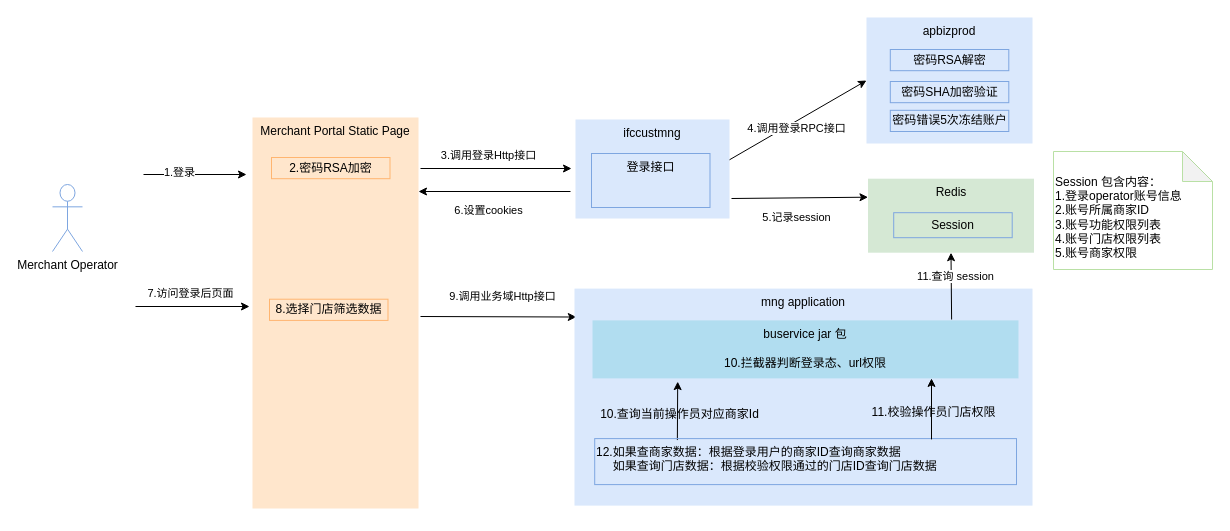
Before: page "安全" (5 of 5) of Merchant portal.drawio in renqiuming/drawio, a draw.io diagram. Source tidied: cells renumbered, new cells numbered last; positions are measured from the earlier drawing's top-left corner, leaving out a move shared by most shapes. Both pictures are drawn from the tidied source at 100%, with x=0, y=0 at pixel (52, 17).
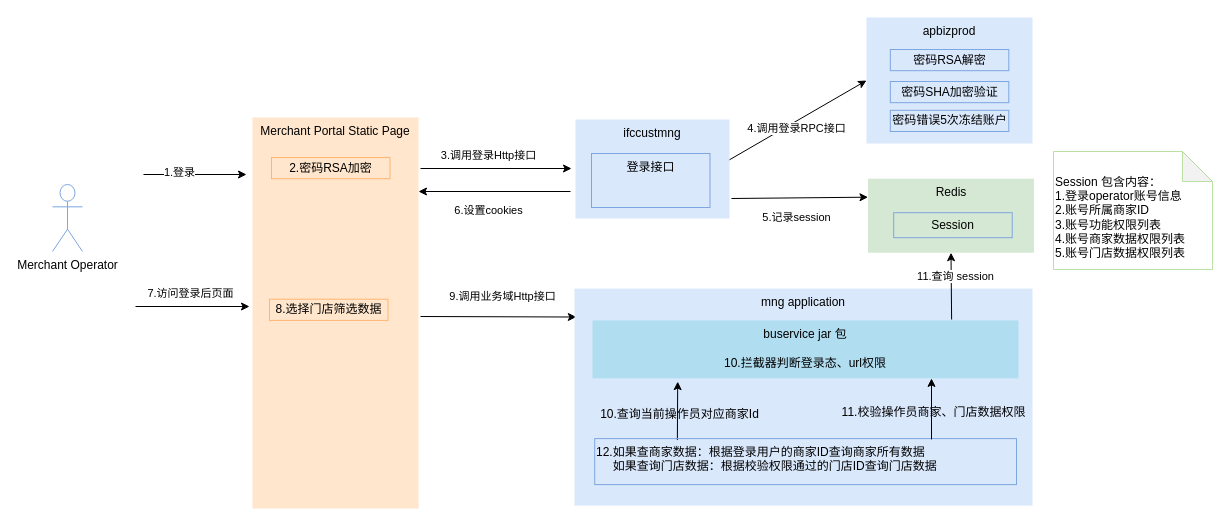
The same page after the edit.

The change refers to these unchanged cells:
```xml
<mxCell id="33" style="edgeStyle=none;rounded=0;orthogonalLoop=1;jettySize=auto;html=1;exitX=0.39;exitY=0.032;exitDx=0;exitDy=0;exitPerimeter=0;entryX=0.171;entryY=1.02;entryDx=0;entryDy=0;entryPerimeter=0;" parent="1" edge="1">
  <mxGeometry relative="1" as="geometry">
    <mxPoint x="879" y="421.9" as="sourcePoint" />
    <mxPoint x="879" y="360.9" as="targetPoint" />
  </mxGeometry>
</mxCell>
```

What changed in the source:
```diff
@@
-    <mxCell id="32" value="12.如果查商家数据：根据登录用户的商家ID查询商家数据&lt;br&gt;&amp;nbsp; &amp;nbsp; &amp;nbsp;如果查询门店数据：根据校验权限通过的门店ID查询门店数据" style="rounded=0;whiteSpace=wrap;html=1;fillColor=none;strokeColor=#7EA6E0;verticalAlign=top;align=left;" parent="1" vertex="1">
+    <mxCell id="32" value="12.如果查商家数据：根据登录用户的商家ID查询商家所有数据&lt;br&gt;&amp;nbsp; &amp;nbsp; &amp;nbsp;如果查询门店数据：根据校验权限通过的门店ID查询门店数据" style="rounded=0;whiteSpace=wrap;html=1;fillColor=none;strokeColor=#7EA6E0;verticalAlign=top;align=left;" parent="1" vertex="1">
       <mxGeometry x="542.2" y="421.1" width="421.8" height="46" as="geometry" />
     </mxCell>
@@
-    <mxCell id="34" value="&lt;span style=&quot;font-size: 12px; text-align: left;&quot;&gt;11.校验操作员门店权限&lt;/span&gt;" style="edgeLabel;html=1;align=center;verticalAlign=middle;labelBackgroundColor=none;" parent="33" vertex="1">
+    <mxCell id="34" value="&lt;span style=&quot;font-size: 12px; text-align: left;&quot;&gt;11.校验操作员商家、门店数据权限&lt;/span&gt;" style="edgeLabel;html=1;align=center;verticalAlign=middle;labelBackgroundColor=none;" parent="33" vertex="1">
       <mxGeometry x="-0.11" y="-2" relative="1" as="geometry">
         <mxPoint x="-1" as="offset" />
       </mxGeometry>
     </mxCell>
@@
-    <mxCell id="37" value="&lt;br&gt;Session 包含内容：&lt;br&gt;1.登录operator账号信息&lt;br&gt;2.账号所属商家ID&lt;br&gt;3.账号功能权限列表&lt;br&gt;4.账号门店权限列表&lt;br&gt;5.账号商家权限" style="shape=note;whiteSpace=wrap;html=1;backgroundOutline=1;darkOpacity=0.05;labelBackgroundColor=none;strokeColor=#B9E0A5;fillColor=none;align=left;" parent="1" vertex="1">
+    <mxCell id="37" value="&lt;br&gt;Session 包含内容：&lt;br&gt;1.登录operator账号信息&lt;br&gt;2.账号所属商家ID&lt;br&gt;3.账号功能权限列表&lt;br&gt;4.账号商家数据权限列表&lt;br&gt;5.账号门店数据权限列表" style="shape=note;whiteSpace=wrap;html=1;backgroundOutline=1;darkOpacity=0.05;labelBackgroundColor=none;strokeColor=#B9E0A5;fillColor=none;align=left;" parent="1" vertex="1">
       <mxGeometry x="1001" y="134" width="159" height="118" as="geometry" />
     </mxCell>
```
